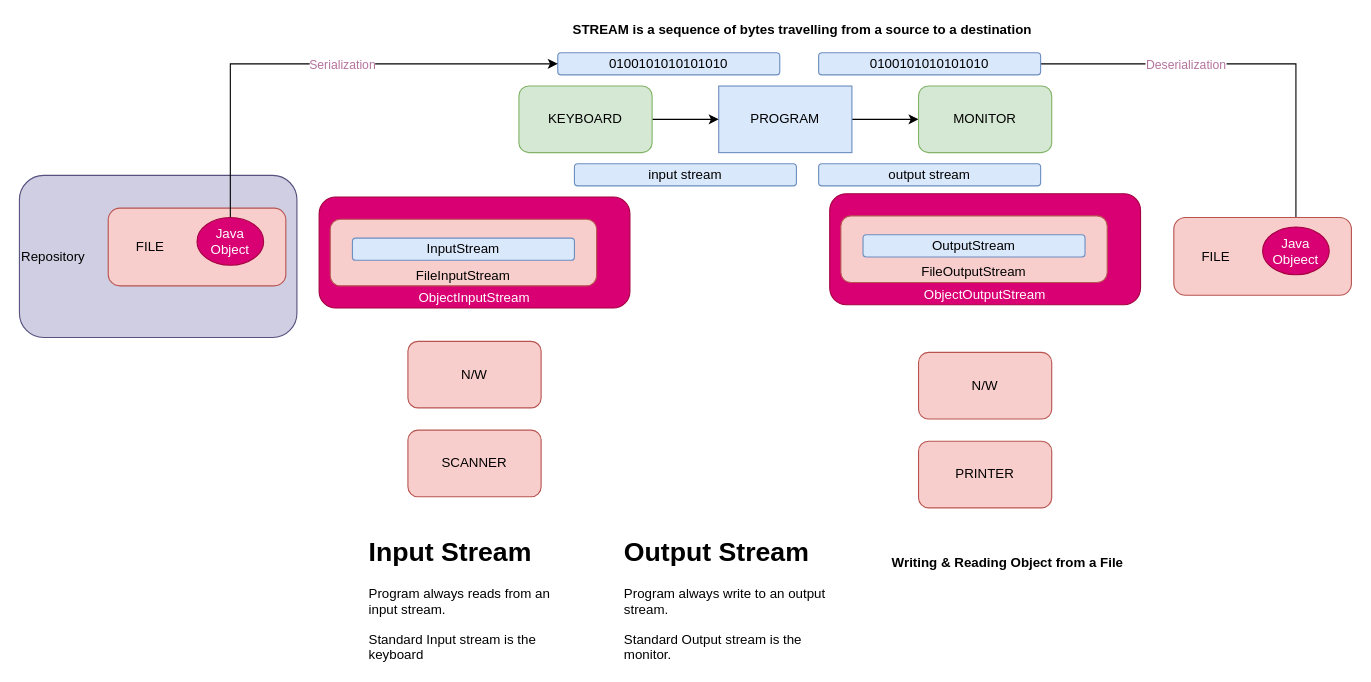
Above: page "FILE HANDLING" (9 of 10) of java/diagrams/java-workflow.drawio in aukokyong/jfs-master (draw.io), before the change. Source tidied: cells renumbered, new cells numbered last; positions are measured from the earlier drawing's top-left corner, leaving out a move shared by most shapes. Both pictures are drawn from the tidied source at 111%, with x=0, y=0 at pixel (19, 19).
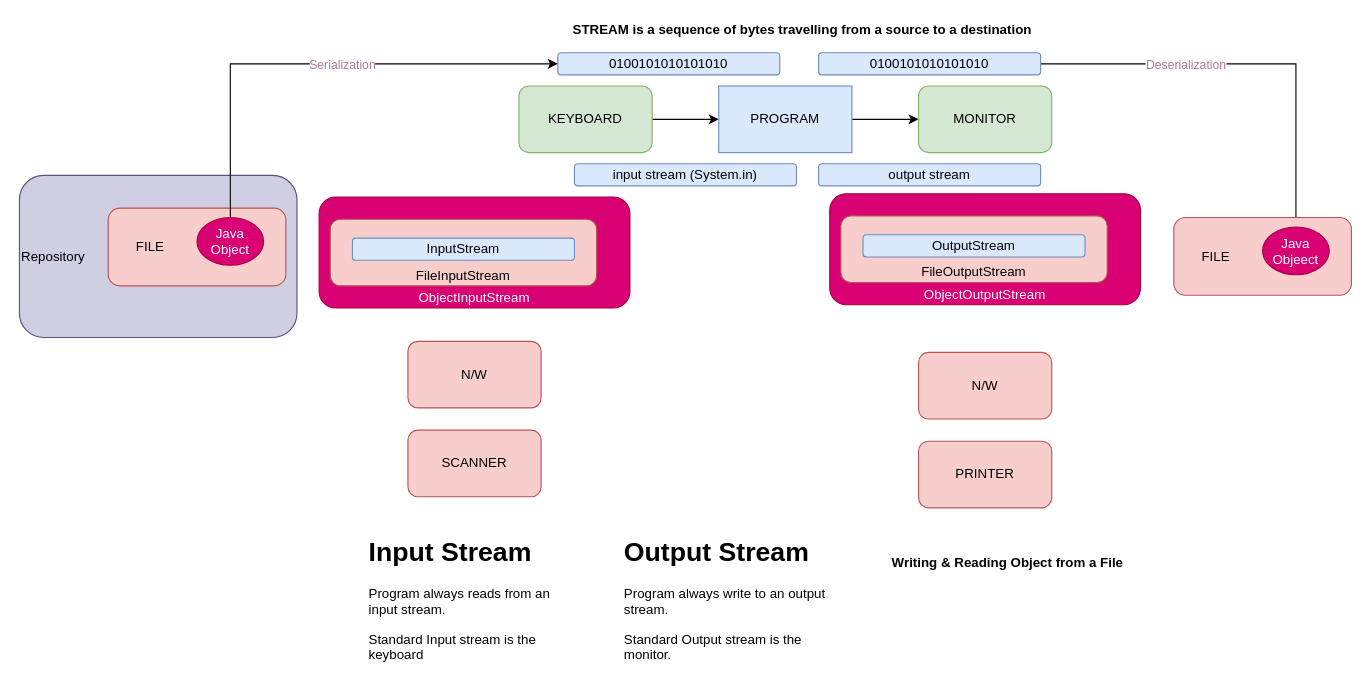
Above is the later version.

The edit, as a diff of the source:
```diff
@@
-    <mxCell id="20" value="input stream" style="rounded=1;whiteSpace=wrap;html=1;fillColor=#dae8fc;strokeColor=#6c8ebf;" parent="1" vertex="1">
+    <mxCell id="20" value="input stream (System.in)" style="rounded=1;whiteSpace=wrap;html=1;fillColor=#dae8fc;strokeColor=#6c8ebf;" parent="1" vertex="1">
       <mxGeometry x="500" y="130" width="200" height="20" as="geometry" />
     </mxCell>
```
